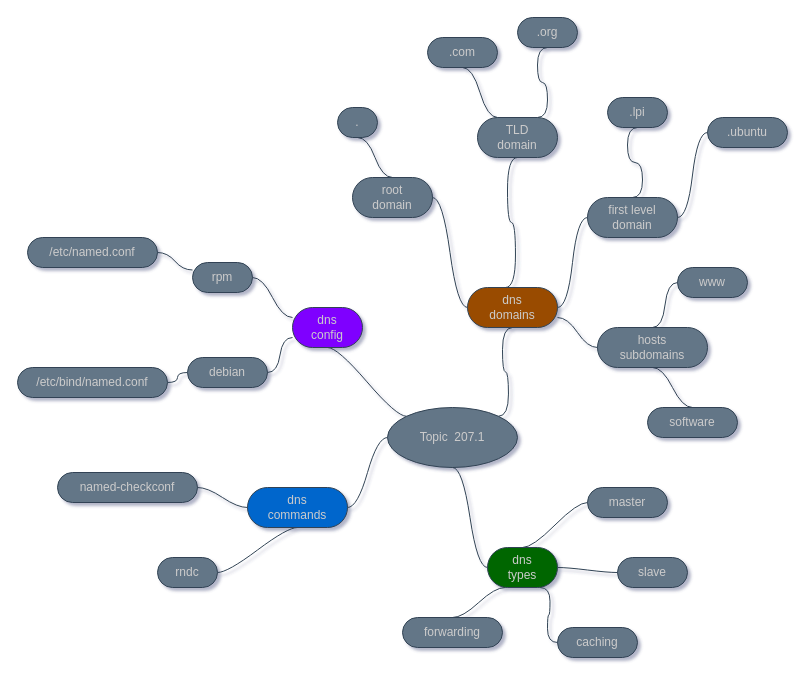
This is MindMaps/mindmap-207.1.drawio from marcossilvestrini/learning-lpic-2-202-450, a draw.io file, before an edit. Source tidied: cells renumbered, new cells numbered last; positions are measured from the earlier drawing's top-left corner, leaving out a move shared by most shapes. Both pictures are drawn from the tidied source at 100%, with x=0, y=0 at pixel (17, 17).
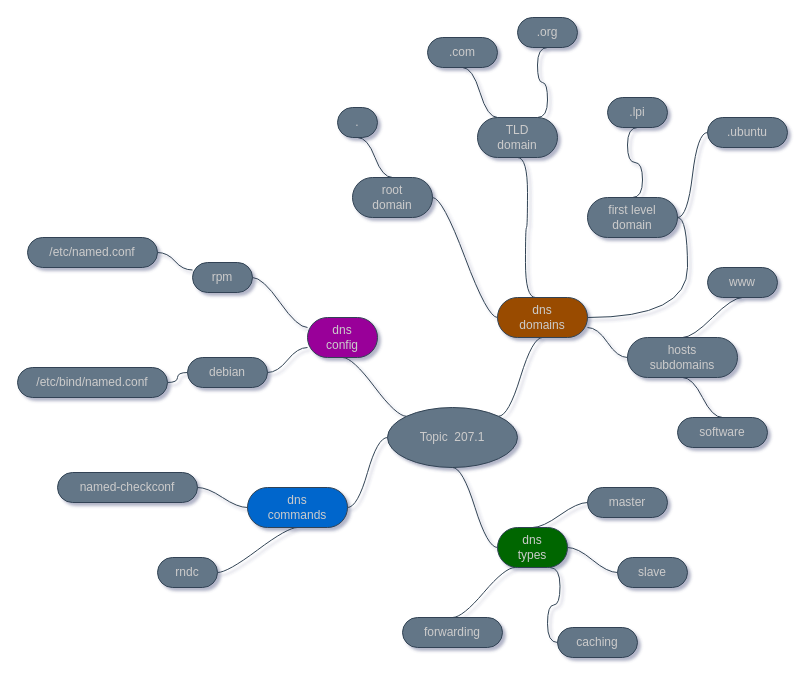
The same diagram, later.

Diff of the diagram source:
```diff
@@
-    <mxCell id="7" value="dns&lt;br&gt;config" style="whiteSpace=wrap;html=1;rounded=1;arcSize=50;align=center;verticalAlign=middle;strokeWidth=1;spacing=4;newEdgeStyle={&quot;edgeStyle&quot;:&quot;entityRelationEdgeStyle&quot;,&quot;startArrow&quot;:&quot;none&quot;,&quot;endArrow&quot;:&quot;none&quot;,&quot;segment&quot;:10,&quot;curved&quot;:1};fillColor=#7F00FF;fontColor=#CCCCCC;strokeColor=#314354;" parent="1" vertex="1">
-      <mxGeometry x="275" y="290" width="70" height="40" as="geometry" />
+    <mxCell id="7" value="dns&lt;br&gt;config" style="whiteSpace=wrap;html=1;rounded=1;arcSize=50;align=center;verticalAlign=middle;strokeWidth=1;spacing=4;newEdgeStyle={&quot;edgeStyle&quot;:&quot;entityRelationEdgeStyle&quot;,&quot;startArrow&quot;:&quot;none&quot;,&quot;endArrow&quot;:&quot;none&quot;,&quot;segment&quot;:10,&quot;curved&quot;:1};fillColor=#990099;fontColor=#CCCCCC;strokeColor=#314354;" parent="1" vertex="1">
+      <mxGeometry x="290" y="300" width="70" height="40" as="geometry" />
     </mxCell>
@@
     <mxCell id="23" value="hosts&lt;br&gt;subdomains" style="whiteSpace=wrap;html=1;rounded=1;arcSize=50;align=center;verticalAlign=middle;strokeWidth=1;spacing=4;newEdgeStyle={&quot;edgeStyle&quot;:&quot;entityRelationEdgeStyle&quot;,&quot;startArrow&quot;:&quot;none&quot;,&quot;endArrow&quot;:&quot;none&quot;,&quot;segment&quot;:10,&quot;curved&quot;:1};fillColor=#647687;fontColor=#CCCCCC;strokeColor=#314354;" parent="1" vertex="1">
-      <mxGeometry x="580" y="310" width="110" height="40" as="geometry" />
+      <mxGeometry x="610" y="320" width="110" height="40" as="geometry" />
     </mxCell>
@@
     <mxCell id="25" value="dns&lt;br&gt;types" style="whiteSpace=wrap;html=1;rounded=1;arcSize=50;align=center;verticalAlign=middle;strokeWidth=1;spacing=4;newEdgeStyle={&quot;edgeStyle&quot;:&quot;entityRelationEdgeStyle&quot;,&quot;startArrow&quot;:&quot;none&quot;,&quot;endArrow&quot;:&quot;none&quot;,&quot;segment&quot;:10,&quot;curved&quot;:1};fillColor=#006600;fontColor=#CCCCCC;strokeColor=#314354;" parent="1" vertex="1">
-      <mxGeometry x="470" y="530" width="70" height="40" as="geometry" />
+      <mxGeometry x="480" y="510" width="70" height="40" as="geometry" />
     </mxCell>
@@
     <mxCell id="33" value="dns&lt;br&gt;domains" style="whiteSpace=wrap;html=1;rounded=1;arcSize=50;align=center;verticalAlign=middle;strokeWidth=1;spacing=4;newEdgeStyle={&quot;edgeStyle&quot;:&quot;entityRelationEdgeStyle&quot;,&quot;startArrow&quot;:&quot;none&quot;,&quot;endArrow&quot;:&quot;none&quot;,&quot;segment&quot;:10,&quot;curved&quot;:1};fillColor=#994C00;fontColor=#CCCCCC;strokeColor=#314354;" parent="1" vertex="1">
-      <mxGeometry x="450" y="270" width="90" height="40" as="geometry" />
+      <mxGeometry x="480" y="280" width="90" height="40" as="geometry" />
     </mxCell>
@@
     <mxCell id="41" value="www" style="whiteSpace=wrap;html=1;rounded=1;arcSize=50;align=center;verticalAlign=middle;strokeWidth=1;spacing=4;newEdgeStyle={&quot;edgeStyle&quot;:&quot;entityRelationEdgeStyle&quot;,&quot;startArrow&quot;:&quot;none&quot;,&quot;endArrow&quot;:&quot;none&quot;,&quot;segment&quot;:10,&quot;curved&quot;:1};fillColor=#647687;fontColor=#CCCCCC;strokeColor=#314354;" parent="1" vertex="1">
-      <mxGeometry x="660" y="250" width="70" height="30" as="geometry" />
+      <mxGeometry x="690" y="250" width="70" height="30" as="geometry" />
     </mxCell>
-    <mxCell id="42" style="edgeStyle=entityRelationEdgeStyle;startArrow=none;endArrow=none;segment=10;curved=1;exitX=0.5;exitY=0;exitDx=0;exitDy=0;fillColor=#647687;strokeColor=#314354;shadow=0;fontColor=#CCCCCC;" parent="1" edge="1" source="23" target="41">
+    <mxCell id="42" style="edgeStyle=entityRelationEdgeStyle;startArrow=none;endArrow=none;segment=10;curved=1;exitX=0.5;exitY=0;exitDx=0;exitDy=0;fillColor=#647687;strokeColor=#314354;shadow=0;fontColor=#CCCCCC;entryX=0.5;entryY=1;entryDx=0;entryDy=0;" parent="1" edge="1" source="23" target="41">
       <mxGeometry relative="1" as="geometry" />
     </mxCell>
     <mxCell id="43" value="software" style="whiteSpace=wrap;html=1;rounded=1;arcSize=50;align=center;verticalAlign=middle;strokeWidth=1;spacing=4;newEdgeStyle={&quot;edgeStyle&quot;:&quot;entityRelationEdgeStyle&quot;,&quot;startArrow&quot;:&quot;none&quot;,&quot;endArrow&quot;:&quot;none&quot;,&quot;segment&quot;:10,&quot;curved&quot;:1};fillColor=#647687;fontColor=#CCCCCC;strokeColor=#314354;" parent="1" vertex="1">
-      <mxGeometry x="630" y="390" width="90" height="30" as="geometry" />
+      <mxGeometry x="660" y="400" width="90" height="30" as="geometry" />
     </mxCell>
```
